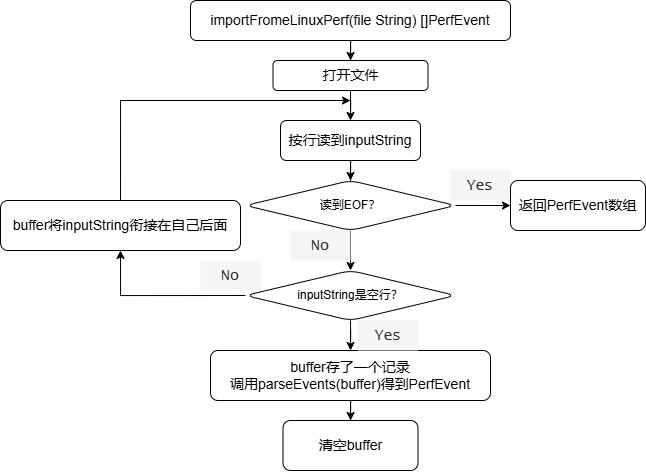
Before: importfromperf.drawio.png, a diagram exported from draw.io (Dong-J93/os_pic2024). Source tidied: cells renumbered, new cells last; positions are measured from the earlier drawing's top-left corner, leaving out a move shared by most shapes. Its diagram source:
```xml
<mxGraphModel>
  <root>
    <mxCell id="0" />
    <mxCell id="1" parent="0" />
    <mxCell id="2" style="edgeStyle=orthogonalEdgeStyle;rounded=0;jettySize=auto;html=1;" parent="1" edge="1" source="3" target="19">
      <mxGeometry relative="1" as="geometry" />
    </mxCell>
    <mxCell id="3" value="&lt;font style=&quot;font-size: 14px;&quot;&gt;importFromeLinuxPerf(file String) []PerfEvent&lt;/font&gt;" style="rounded=1;whiteSpace=wrap;html=1;fillColor=none;" parent="1" vertex="1">
      <mxGeometry x="190" width="320" height="40" as="geometry" />
    </mxCell>
    <mxCell id="4" style="edgeStyle=orthogonalEdgeStyle;rounded=0;jettySize=auto;html=1;entryX=0.5;entryY=0;entryDx=0;entryDy=0;" parent="1" edge="1" source="5" target="16">
      <mxGeometry relative="1" as="geometry" />
    </mxCell>
    <mxCell id="5" value="&lt;font style=&quot;font-size: 14px;&quot;&gt;按行读到inputString&lt;/font&gt;" style="rounded=1;whiteSpace=wrap;html=1;fillColor=none;" parent="1" vertex="1">
      <mxGeometry x="280" y="120" width="140" height="40" as="geometry" />
    </mxCell>
    <mxCell id="6" style="edgeStyle=orthogonalEdgeStyle;rounded=0;jettySize=auto;html=1;exitX=0.5;exitY=1;exitDx=0;exitDy=0;entryX=0.5;entryY=0;entryDx=0;entryDy=0;" parent="1" edge="1" source="16" target="14">
      <mxGeometry relative="1" as="geometry" />
    </mxCell>
    <mxCell id="7" style="edgeStyle=orthogonalEdgeStyle;rounded=0;jettySize=auto;html=1;" parent="1" edge="1" source="8" target="11">
      <mxGeometry relative="1" as="geometry" />
    </mxCell>
    <mxCell id="8" value="&lt;pre&gt;&lt;font style=&quot;font-size: 14px;&quot; face=&quot;Helvetica&quot;&gt;buffer存了一个记录&lt;br&gt;&lt;/font&gt;&lt;font style=&quot;font-size: 14px;&quot; face=&quot;Helvetica&quot;&gt;调用&lt;span style=&quot;background-color: transparent; text-align: left;&quot;&gt;parseEvents(buffer)得到PerfEvent&lt;/span&gt;&lt;/font&gt;&lt;/pre&gt;" style="rounded=1;whiteSpace=wrap;html=1;fillColor=none;" parent="1" vertex="1">
      <mxGeometry x="210" y="350" width="280" height="50" as="geometry" />
    </mxCell>
    <mxCell id="9" value="&lt;font face=&quot;Lucida Console&quot; color=&quot;#2e2e2e&quot;&gt;&lt;span style=&quot;font-size: 15px;&quot;&gt;Yes&lt;/span&gt;&lt;/font&gt;" style="text;html=1;align=center;verticalAlign=middle;whiteSpace=wrap;rounded=0;fontColor=#333333;fillColor=#f5f5f5;strokeColor=none;" parent="1" vertex="1">
      <mxGeometry x="450" y="170" width="60" height="30" as="geometry" />
    </mxCell>
    <mxCell id="10" value="&lt;font face=&quot;Lucida Console&quot; color=&quot;#2e2e2e&quot;&gt;&lt;span style=&quot;font-size: 15px;&quot;&gt;No&lt;/span&gt;&lt;/font&gt;" style="text;html=1;align=center;verticalAlign=middle;whiteSpace=wrap;rounded=0;fontColor=#333333;fillColor=#f5f5f5;strokeColor=none;" parent="1" vertex="1">
      <mxGeometry x="290" y="230" width="60" height="30" as="geometry" />
    </mxCell>
    <mxCell id="11" value="&lt;pre&gt;&lt;font face=&quot;Helvetica&quot;&gt;&lt;span style=&quot;font-size: 14px;&quot;&gt;清空buffer&lt;/span&gt;&lt;/font&gt;&lt;/pre&gt;" style="rounded=1;whiteSpace=wrap;html=1;fillColor=none;" parent="1" vertex="1">
      <mxGeometry x="282.5" y="420" width="135" height="50" as="geometry" />
    </mxCell>
    <mxCell id="12" style="edgeStyle=orthogonalEdgeStyle;rounded=0;jettySize=auto;html=1;" parent="1" edge="1" source="14" target="8">
      <mxGeometry relative="1" as="geometry" />
    </mxCell>
    <mxCell id="13" style="edgeStyle=orthogonalEdgeStyle;rounded=0;jettySize=auto;html=1;exitX=0;exitY=0.5;exitDx=0;exitDy=0;entryX=0.5;entryY=1;entryDx=0;entryDy=0;" parent="1" edge="1" source="14" target="23">
      <mxGeometry relative="1" as="geometry" />
    </mxCell>
    <mxCell id="14" value="inputString是空行？" style="rhombus;whiteSpace=wrap;html=1;fillColor=none;rounded=1;" parent="1" vertex="1">
      <mxGeometry x="245" y="270" width="210" height="50" as="geometry" />
    </mxCell>
    <mxCell id="15" style="edgeStyle=orthogonalEdgeStyle;rounded=0;jettySize=auto;html=1;" parent="1" edge="1" source="16" target="21">
      <mxGeometry relative="1" as="geometry" />
    </mxCell>
    <mxCell id="16" value="读到EOF？" style="rhombus;whiteSpace=wrap;html=1;fillColor=none;rounded=1;" parent="1" vertex="1">
      <mxGeometry x="245" y="180" width="210" height="50" as="geometry" />
    </mxCell>
    <mxCell id="17" value="&lt;font face=&quot;Lucida Console&quot; color=&quot;#2e2e2e&quot;&gt;&lt;span style=&quot;font-size: 15px;&quot;&gt;No&lt;/span&gt;&lt;/font&gt;" style="text;html=1;align=center;verticalAlign=middle;whiteSpace=wrap;rounded=0;fontColor=#333333;fillColor=#f5f5f5;strokeColor=none;" parent="1" vertex="1">
      <mxGeometry x="200" y="260" width="60" height="30" as="geometry" />
    </mxCell>
    <mxCell id="18" style="edgeStyle=orthogonalEdgeStyle;rounded=0;jettySize=auto;html=1;entryX=0.5;entryY=0;entryDx=0;entryDy=0;" parent="1" edge="1" source="19" target="5">
      <mxGeometry relative="1" as="geometry" />
    </mxCell>
    <mxCell id="19" value="&lt;font style=&quot;font-size: 14px;&quot;&gt;打开文件&lt;/font&gt;" style="rounded=1;whiteSpace=wrap;html=1;fillColor=none;" parent="1" vertex="1">
      <mxGeometry x="272.5" y="60" width="155" height="30" as="geometry" />
    </mxCell>
    <mxCell id="20" value="&lt;font face=&quot;Lucida Console&quot; color=&quot;#2e2e2e&quot;&gt;&lt;span style=&quot;font-size: 15px;&quot;&gt;Yes&lt;/span&gt;&lt;/font&gt;" style="text;html=1;align=center;verticalAlign=middle;whiteSpace=wrap;rounded=0;fontColor=#333333;fillColor=#f5f5f5;strokeColor=none;" parent="1" vertex="1">
      <mxGeometry x="357.5" y="320" width="60" height="30" as="geometry" />
    </mxCell>
    <mxCell id="21" value="&lt;pre&gt;&lt;font face=&quot;Helvetica&quot; style=&quot;font-size: 14px;&quot;&gt;返回PerfEvent数组&lt;/font&gt;&lt;/pre&gt;" style="rounded=1;whiteSpace=wrap;html=1;fillColor=none;" parent="1" vertex="1">
      <mxGeometry x="510" y="180" width="135" height="50" as="geometry" />
    </mxCell>
    <mxCell id="22" style="edgeStyle=orthogonalEdgeStyle;rounded=0;jettySize=auto;html=1;exitX=0.5;exitY=0;exitDx=0;exitDy=0;" parent="1" edge="1" source="23">
      <mxGeometry relative="1" as="geometry">
        <mxPoint x="350" y="100" as="targetPoint" />
        <Array as="points">
          <mxPoint x="120" y="100" />
        </Array>
      </mxGeometry>
    </mxCell>
    <mxCell id="23" value="&lt;pre&gt;&lt;font style=&quot;font-size: 14px;&quot; face=&quot;Helvetica&quot;&gt;buffer将inputString衔接在自己后面&lt;/font&gt;&lt;/pre&gt;" style="rounded=1;whiteSpace=wrap;html=1;fillColor=none;" parent="1" vertex="1">
      <mxGeometry y="200" width="240" height="50" as="geometry" />
    </mxCell>
  </root>
</mxGraphModel>
```
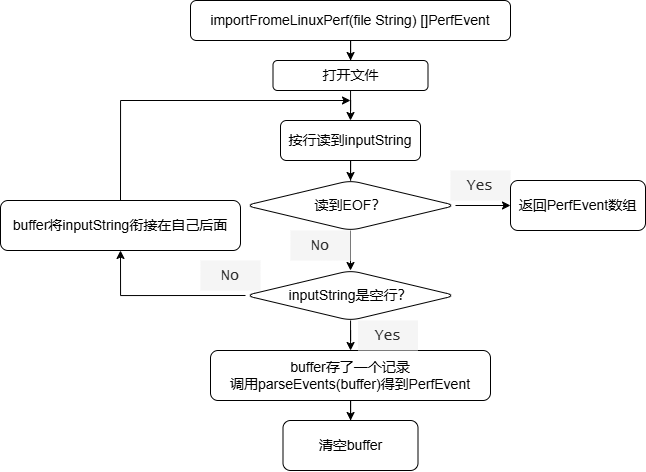
The same file after the commit.

What changed in the source:
```diff
@@ -38,13 +38,13 @@
     <mxCell id="13" style="edgeStyle=orthogonalEdgeStyle;rounded=0;jettySize=auto;html=1;exitX=0;exitY=0.5;exitDx=0;exitDy=0;entryX=0.5;entryY=1;entryDx=0;entryDy=0;" parent="1" edge="1" source="14" target="23">
       <mxGeometry relative="1" as="geometry" />
     </mxCell>
-    <mxCell id="14" value="inputString是空行？" style="rhombus;whiteSpace=wrap;html=1;fillColor=none;rounded=1;" parent="1" vertex="1">
+    <mxCell id="14" value="&lt;font style=&quot;font-size: 14px;&quot;&gt;inputString是空行？&lt;/font&gt;" style="rhombus;whiteSpace=wrap;html=1;fillColor=none;rounded=1;" parent="1" vertex="1">
       <mxGeometry x="245" y="270" width="210" height="50" as="geometry" />
     </mxCell>
     <mxCell id="15" style="edgeStyle=orthogonalEdgeStyle;rounded=0;jettySize=auto;html=1;" parent="1" edge="1" source="16" target="21">
       <mxGeometry relative="1" as="geometry" />
     </mxCell>
-    <mxCell id="16" value="读到EOF？" style="rhombus;whiteSpace=wrap;html=1;fillColor=none;rounded=1;" parent="1" vertex="1">
+    <mxCell id="16" value="&lt;font style=&quot;font-size: 14px;&quot;&gt;读到EOF？&lt;/font&gt;" style="rhombus;whiteSpace=wrap;html=1;fillColor=none;rounded=1;" parent="1" vertex="1">
       <mxGeometry x="245" y="180" width="210" height="50" as="geometry" />
     </mxCell>
     <mxCell id="17" value="&lt;font face=&quot;Lucida Console&quot; color=&quot;#2e2e2e&quot;&gt;&lt;span style=&quot;font-size: 15px;&quot;&gt;No&lt;/span&gt;&lt;/font&gt;" style="text;html=1;align=center;verticalAlign=middle;whiteSpace=wrap;rounded=0;fontColor=#333333;fillColor=#f5f5f5;strokeColor=none;" parent="1" vertex="1">
```
